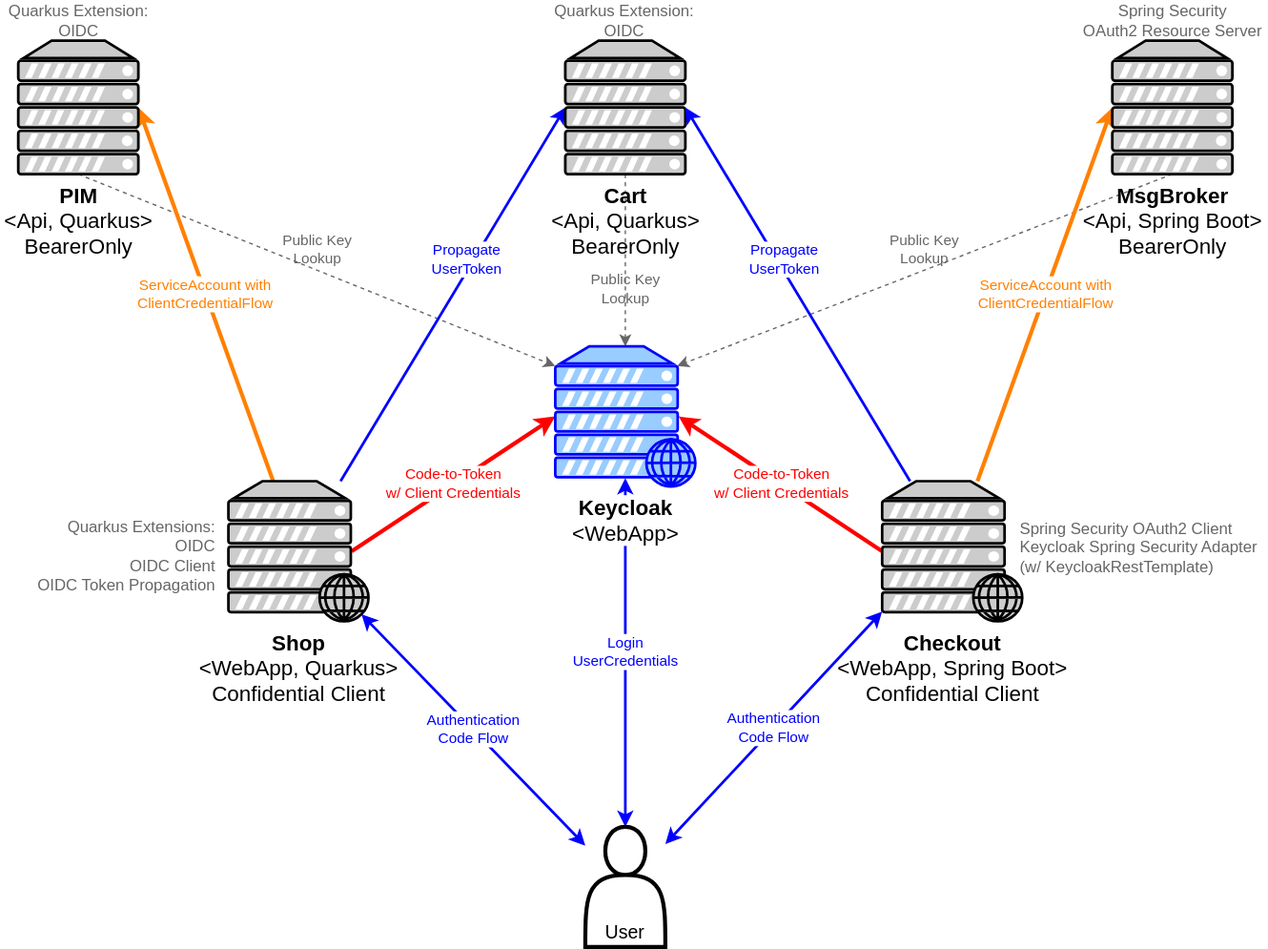
Above: architecture.svg in dasniko/keycloak-bookshop-demo (draw.io), before the change. Source tidied: cells renumbered, new cells last; positions are measured from the earlier drawing's top-left corner, leaving out a move shared by most shapes.
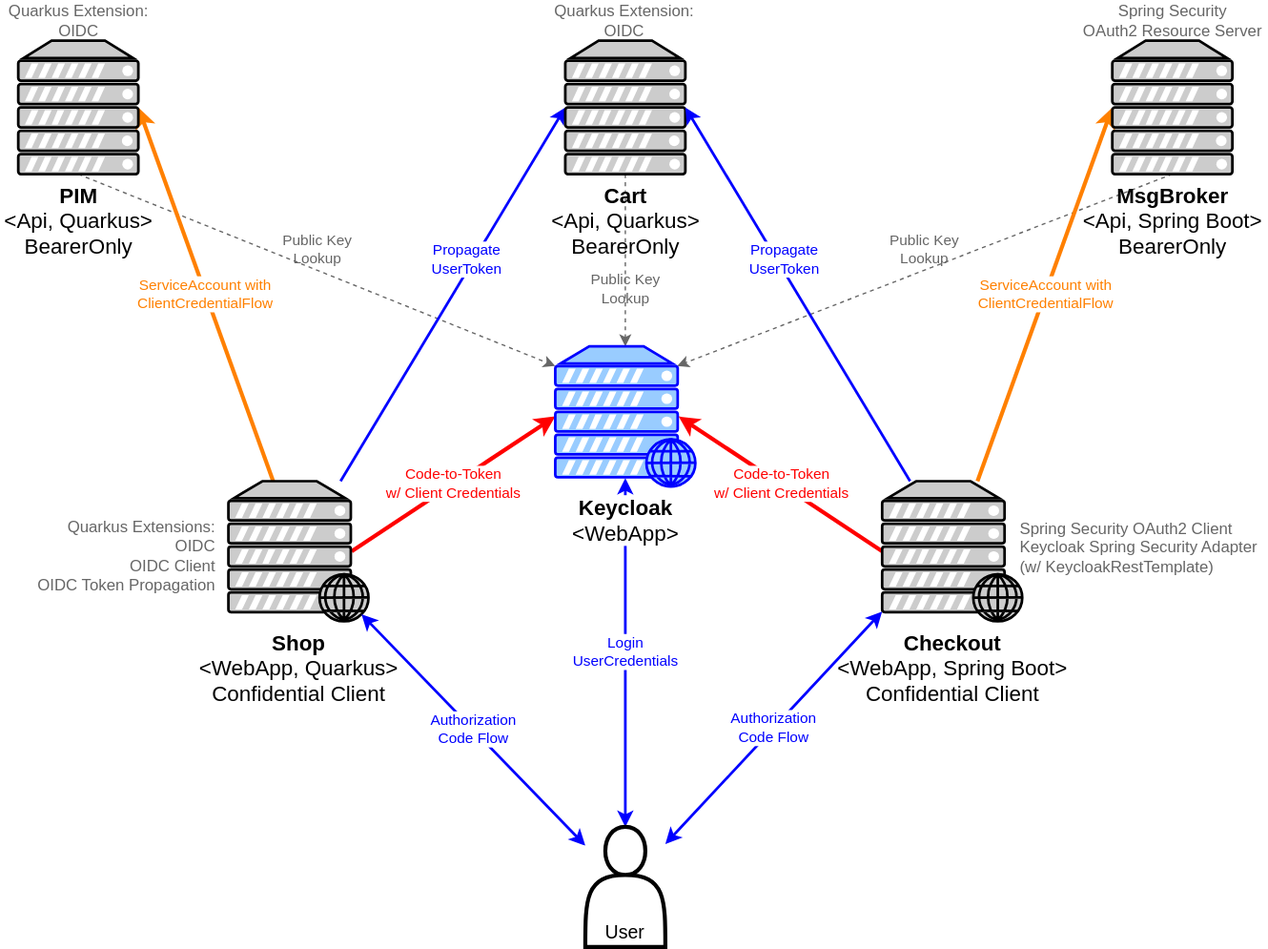
After the change.

The edit, as a diff of the source:
```diff
@@ -47,10 +47,10 @@
     <mxCell id="16" value="Login&lt;br&gt;UserCredentials" style="rounded=0;jettySize=auto;html=1;entryX=0.5;entryY=0.94;entryDx=0;entryDy=0;strokeColor=#0000FF;strokeWidth=2;labelBackgroundColor=#ffffff;fontColor=#0000FF;labelPosition=center;verticalLabelPosition=middle;align=center;verticalAlign=middle;startArrow=classic;startFill=1;entryPerimeter=0;" parent="1" edge="1" source="19" target="25">
       <mxGeometry relative="1" as="geometry" />
     </mxCell>
-    <mxCell id="17" value="Authentication&lt;br&gt;Code Flow" style="edgeStyle=none;rounded=0;jettySize=auto;html=1;entryX=0;entryY=0.93;entryDx=0;entryDy=0;entryPerimeter=0;strokeColor=#0000FF;strokeWidth=2;fontColor=#0000FF;labelBackgroundColor=#ffffff;labelPosition=center;verticalLabelPosition=middle;align=center;verticalAlign=middle;startArrow=classic;startFill=1;" parent="1" edge="1" source="19" target="13">
+    <mxCell id="17" value="Authorization&lt;br&gt;Code Flow" style="edgeStyle=none;rounded=0;jettySize=auto;html=1;entryX=0;entryY=0.93;entryDx=0;entryDy=0;entryPerimeter=0;strokeColor=#0000FF;strokeWidth=2;fontColor=#0000FF;labelBackgroundColor=#ffffff;labelPosition=center;verticalLabelPosition=middle;align=center;verticalAlign=middle;startArrow=classic;startFill=1;" parent="1" edge="1" source="19" target="13">
       <mxGeometry relative="1" as="geometry" />
     </mxCell>
-    <mxCell id="18" value="Authentication&lt;br&gt;Code Flow" style="edgeStyle=none;rounded=0;jettySize=auto;html=1;entryX=0.95;entryY=0.95;entryDx=0;entryDy=0;entryPerimeter=0;strokeColor=#0000FF;strokeWidth=2;fontColor=#0000FF;labelBackgroundColor=#ffffff;labelPosition=center;verticalLabelPosition=middle;align=center;verticalAlign=middle;startArrow=classic;startFill=1;" parent="1" edge="1" source="19" target="8">
+    <mxCell id="18" value="Authorization&lt;br&gt;Code Flow" style="edgeStyle=none;rounded=0;jettySize=auto;html=1;entryX=0.95;entryY=0.95;entryDx=0;entryDy=0;entryPerimeter=0;strokeColor=#0000FF;strokeWidth=2;fontColor=#0000FF;labelBackgroundColor=#ffffff;labelPosition=center;verticalLabelPosition=middle;align=center;verticalAlign=middle;startArrow=classic;startFill=1;" parent="1" edge="1" source="19" target="8">
       <mxGeometry relative="1" as="geometry" />
     </mxCell>
     <mxCell id="19" value="User" style="shape=actor;whiteSpace=wrap;html=1;fillColor=none;strokeColor=#000000;strokeWidth=3;fontColor=#000000;verticalAlign=bottom;labelPosition=center;verticalLabelPosition=middle;align=center;fontSize=14;" parent="1" vertex="1">
```
